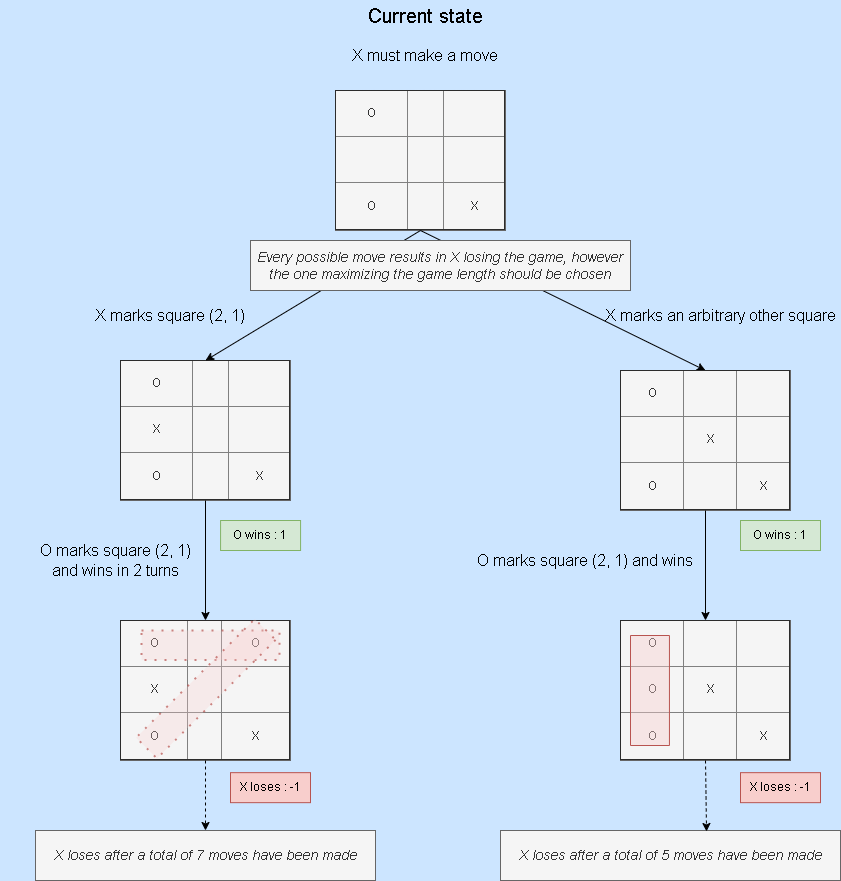
The draw.io diagram Doc/TicTacToe_algorithm_diagram_5.png in dimitarnn/PythonTicTacToe, before a commit. Source tidied: cells renumbered, new cells last; positions are measured from the earlier drawing's top-left corner, leaving out a move shared by most shapes.
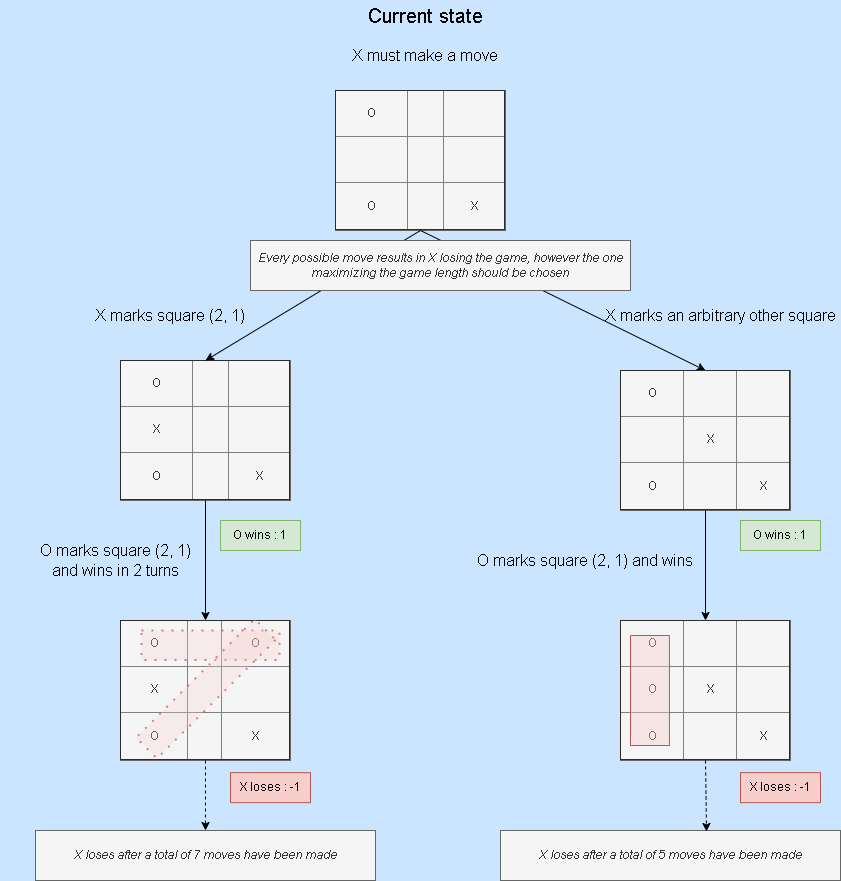
The same file after the commit.

Change to the diagram source:
```diff
@@ -68,13 +68,13 @@
     <mxCell id="23" value="O wins : 1" style="text;html=1;strokeColor=#82b366;fillColor=#d5e8d4;align=center;verticalAlign=middle;whiteSpace=wrap;rounded=0;" parent="1" vertex="1">
       <mxGeometry x="220.1" y="520" width="80" height="30" as="geometry" />
     </mxCell>
-    <mxCell id="24" value="&lt;span style=&quot;font-size: 14px&quot;&gt;Every possible move results in X losing the game, however the one maximizing the game length should be chosen&lt;/span&gt;" style="text;html=1;strokeColor=#666666;fillColor=#f5f5f5;align=center;verticalAlign=middle;whiteSpace=wrap;rounded=0;fontColor=#333333;fontStyle=2;fontSize=14;" parent="1" vertex="1">
+    <mxCell id="24" value="&lt;span style=&quot;font-size: 12px;&quot;&gt;Every possible move results in X losing the game, however the one maximizing the game length should be chosen&lt;/span&gt;" style="text;html=1;strokeColor=#666666;fillColor=#f5f5f5;align=center;verticalAlign=middle;whiteSpace=wrap;rounded=0;fontColor=#333333;fontStyle=2;fontSize=12;" parent="1" vertex="1">
       <mxGeometry x="250" y="240" width="380" height="50" as="geometry" />
     </mxCell>
-    <mxCell id="25" value="X loses after a total of 7 moves have been made" style="text;html=1;strokeColor=#666666;fillColor=#f5f5f5;align=center;verticalAlign=middle;whiteSpace=wrap;rounded=0;fontColor=#333333;fontStyle=2;fontSize=14;" parent="1" vertex="1">
+    <mxCell id="25" value="X loses after a total of 7 moves have been made" style="text;html=1;strokeColor=#666666;fillColor=#f5f5f5;align=center;verticalAlign=middle;whiteSpace=wrap;rounded=0;fontColor=#333333;fontStyle=2;fontSize=12;" parent="1" vertex="1">
       <mxGeometry x="35" y="830" width="340" height="50" as="geometry" />
     </mxCell>
-    <mxCell id="26" value="X loses after a total of 5 moves have been made" style="text;html=1;strokeColor=#666666;fillColor=#f5f5f5;align=center;verticalAlign=middle;whiteSpace=wrap;rounded=0;fontColor=#333333;fontStyle=2;fontSize=14;" parent="1" vertex="1">
+    <mxCell id="26" value="X loses after a total of 5 moves have been made" style="text;html=1;strokeColor=#666666;fillColor=#f5f5f5;align=center;verticalAlign=middle;whiteSpace=wrap;rounded=0;fontColor=#333333;fontStyle=2;fontSize=12;" parent="1" vertex="1">
       <mxGeometry x="500" y="830" width="340" height="50" as="geometry" />
     </mxCell>
     <mxCell id="27" style="html=1;labelBackgroundColor=#ffffff;startArrow=none;startFill=0;startSize=6;endArrow=classic;endFill=1;endSize=6;jettySize=auto;strokeWidth=1;dashed=1;fontSize=14;rounded=0;fontColor=#FF6666;entryX=0.5;entryY=0;entryDx=0;entryDy=0;exitX=0.5;exitY=1;exitDx=0;exitDy=0;" parent="1" edge="1" source="16" target="25">
```
